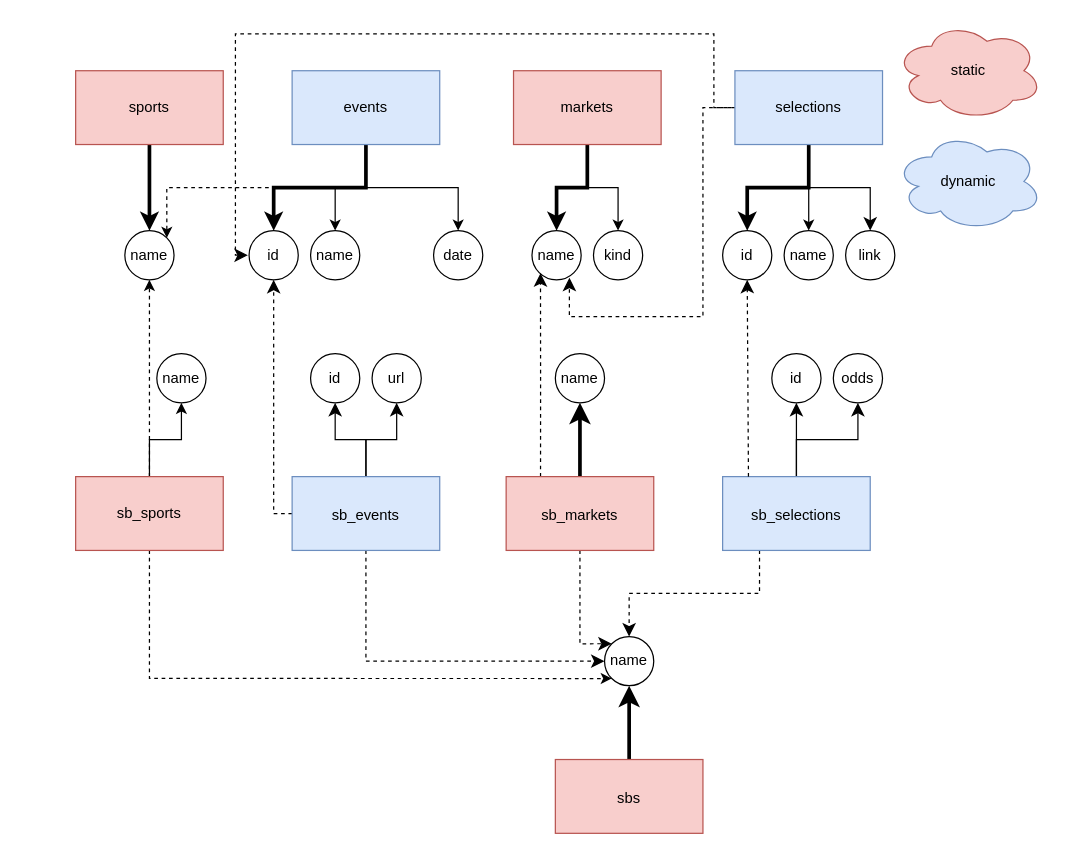
Earlier version of the draw.io diagram page "db" (1 of 3) of database/flow.drawio (loemra/live_odds_scraper). Source tidied: cells renumbered, new cells numbered last; positions are measured from the earlier drawing's top-left corner, leaving out a move shared by most shapes. Both pictures are drawn from the tidied source at 123%, with x=0, y=0 at pixel (75, 21).
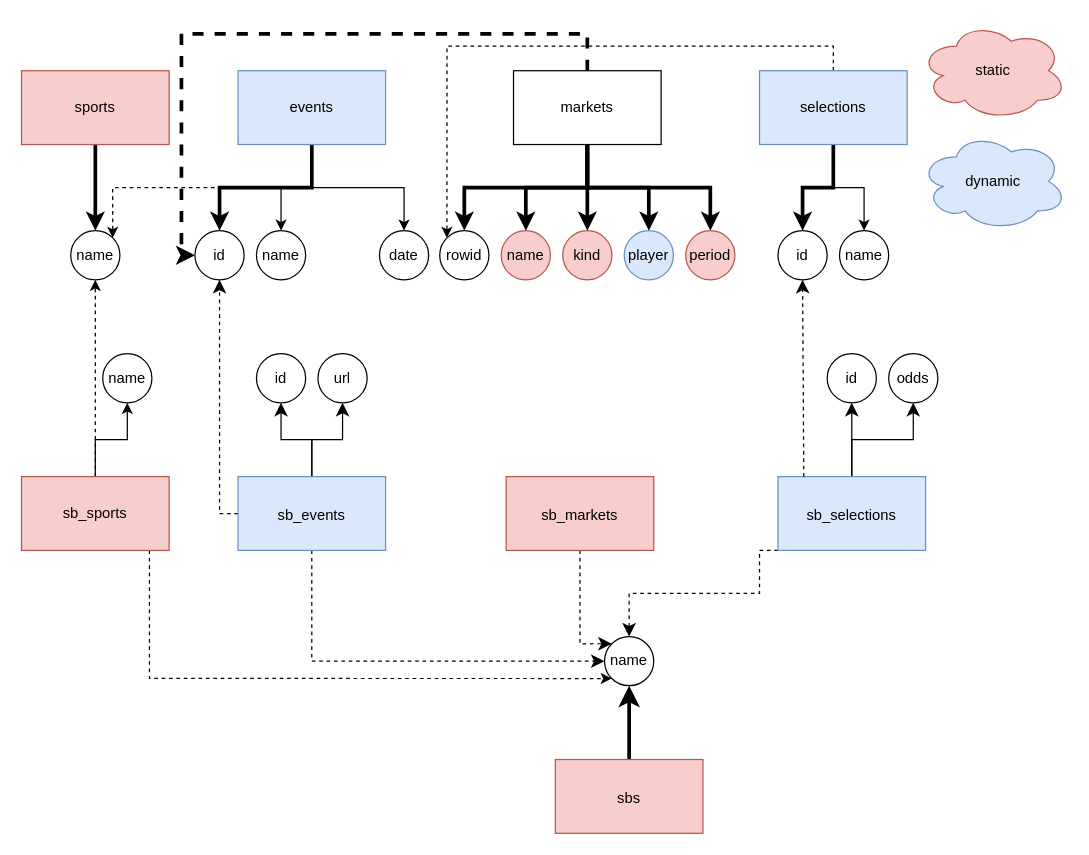
Above is the later version.

The change refers to these unchanged cells:
```xml
<mxCell id="38" value="&lt;font style=&quot;font-size: 12px;&quot;&gt;sb_markets&lt;/font&gt;" style="rounded=0;whiteSpace=wrap;html=1;fontSize=16;fillColor=#f8cecc;strokeColor=#b85450;" parent="1" vertex="1">
  <mxGeometry x="350" y="370" width="120" height="60" as="geometry" />
</mxCell>
```

Diff of the diagram source:
```diff
@@
     <mxCell id="6" value="&lt;div&gt;events&lt;/div&gt;" style="rounded=0;whiteSpace=wrap;html=1;fillColor=#dae8fc;strokeColor=#6c8ebf;" parent="1" vertex="1">
-      <mxGeometry x="176" y="40" width="120" height="60" as="geometry" />
+      <mxGeometry x="132" y="40" width="120" height="60" as="geometry" />
     </mxCell>
     <mxCell id="7" value="&lt;div&gt;id&lt;/div&gt;" style="ellipse;whiteSpace=wrap;html=1;rounded=0;" parent="1" vertex="1">
-      <mxGeometry x="141" y="170" width="40" height="40" as="geometry" />
+      <mxGeometry x="97" y="170" width="40" height="40" as="geometry" />
     </mxCell>
     <mxCell id="8" value="name" style="ellipse;whiteSpace=wrap;html=1;rounded=0;" parent="1" vertex="1">
-      <mxGeometry x="191" y="170" width="40" height="40" as="geometry" />
+      <mxGeometry x="147" y="170" width="40" height="40" as="geometry" />
     </mxCell>
     <mxCell id="9" value="&lt;div&gt;date&lt;/div&gt;" style="ellipse;whiteSpace=wrap;html=1;rounded=0;" parent="1" vertex="1">
-      <mxGeometry x="291" y="170" width="40" height="40" as="geometry" />
+      <mxGeometry x="247" y="170" width="40" height="40" as="geometry" />
     </mxCell>
-    <mxCell id="10" style="edgeStyle=orthogonalEdgeStyle;rounded=0;jettySize=auto;html=1;exitX=0.5;exitY=1;exitDx=0;exitDy=0;entryX=0.5;entryY=0;entryDx=0;entryDy=0;strokeWidth=3;" parent="1" edge="1" source="12" target="13">
-      <mxGeometry relative="1" as="geometry" />
-    </mxCell>
+    <mxCell id="56" style="edgeStyle=orthogonalEdgeStyle;rounded=0;jettySize=auto;html=1;entryX=0;entryY=0.5;entryDx=0;entryDy=0;strokeWidth=3;dashed=1;" parent="1" edge="1" source="12" target="7">
+      <mxGeometry relative="1" as="geometry">
+        <Array as="points">
+          <mxPoint x="416" y="10" />
+          <mxPoint x="86" y="10" />
+          <mxPoint x="86" y="190" />
+        </Array>
+      </mxGeometry>
+    </mxCell>
+    <mxCell id="57" style="edgeStyle=orthogonalEdgeStyle;rounded=0;jettySize=auto;html=1;exitX=0.5;exitY=1;exitDx=0;exitDy=0;entryX=0.5;entryY=0;entryDx=0;entryDy=0;strokeWidth=3;" parent="1" edge="1" source="12" target="62">
+      <mxGeometry relative="1" as="geometry" />
+    </mxCell>
+    <mxCell id="58" style="edgeStyle=orthogonalEdgeStyle;rounded=0;jettySize=auto;html=1;exitX=0.5;exitY=1;exitDx=0;exitDy=0;strokeWidth=3;" parent="1" edge="1" source="12" target="63">
+      <mxGeometry relative="1" as="geometry" />
+    </mxCell>
-    <mxCell id="11" style="edgeStyle=orthogonalEdgeStyle;rounded=0;jettySize=auto;html=1;exitX=0.5;exitY=1;exitDx=0;exitDy=0;entryX=0.5;entryY=0;entryDx=0;entryDy=0;" parent="1" edge="1" source="12" target="14">
+    <mxCell id="11" style="edgeStyle=orthogonalEdgeStyle;rounded=0;jettySize=auto;html=1;exitX=0.5;exitY=1;exitDx=0;exitDy=0;entryX=0.5;entryY=0;entryDx=0;entryDy=0;strokeWidth=3;" parent="1" edge="1" source="12" target="14">
       <mxGeometry relative="1" as="geometry" />
     </mxCell>
+    <mxCell id="59" style="edgeStyle=orthogonalEdgeStyle;rounded=0;jettySize=auto;html=1;exitX=0.5;exitY=1;exitDx=0;exitDy=0;strokeWidth=3;" parent="1" edge="1" source="12" target="64">
+      <mxGeometry relative="1" as="geometry" />
+    </mxCell>
+    <mxCell id="60" style="edgeStyle=orthogonalEdgeStyle;rounded=0;jettySize=auto;html=1;exitX=0.5;exitY=1;exitDx=0;exitDy=0;entryX=0.5;entryY=0;entryDx=0;entryDy=0;strokeWidth=3;" parent="1" edge="1" source="12" target="65">
+      <mxGeometry relative="1" as="geometry" />
+    </mxCell>
-    <mxCell id="12" value="&lt;div&gt;markets&lt;/div&gt;" style="rounded=0;whiteSpace=wrap;html=1;fillColor=#f8cecc;strokeColor=#b85450;" parent="1" vertex="1">
+    <mxCell id="12" value="&lt;div&gt;markets&lt;/div&gt;" style="rounded=0;whiteSpace=wrap;html=1;" parent="1" vertex="1">
       <mxGeometry x="356" y="40" width="120" height="60" as="geometry" />
     </mxCell>
-    <mxCell id="13" value="name" style="ellipse;whiteSpace=wrap;html=1;rounded=0;" parent="1" vertex="1">
-      <mxGeometry x="371" y="170" width="40" height="40" as="geometry" />
-    </mxCell>
-    <mxCell id="14" value="kind" style="ellipse;whiteSpace=wrap;html=1;rounded=0;" parent="1" vertex="1">
-      <mxGeometry x="421" y="170" width="40" height="40" as="geometry" />
-    </mxCell>
@@
-    <mxCell id="17" style="edgeStyle=orthogonalEdgeStyle;rounded=0;jettySize=auto;html=1;exitX=0.5;exitY=1;exitDx=0;exitDy=0;entryX=0.5;entryY=0;entryDx=0;entryDy=0;fontSize=12;startSize=8;endSize=8;" parent="1" edge="1" source="20" target="24">
-      <mxGeometry relative="1" as="geometry" />
-    </mxCell>
-    <mxCell id="18" style="edgeStyle=orthogonalEdgeStyle;rounded=0;jettySize=auto;html=1;exitX=0;exitY=0.5;exitDx=0;exitDy=0;entryX=0.761;entryY=0.957;entryDx=0;entryDy=0;fontSize=12;startSize=8;endSize=8;dashed=1;strokeColor=default;entryPerimeter=0;" parent="1" edge="1" source="20" target="13">
-      <mxGeometry relative="1" as="geometry">
-        <Array as="points">
-          <mxPoint x="510" y="70" />
-          <mxPoint x="510" y="240" />
-          <mxPoint x="401" y="240" />
-          <mxPoint x="401" y="208" />
-        </Array>
-      </mxGeometry>
-    </mxCell>
-    <mxCell id="19" style="edgeStyle=orthogonalEdgeStyle;rounded=0;orthogonalLoop=1;jettySize=auto;html=1;exitX=0;exitY=0.5;exitDx=0;exitDy=0;fontSize=12;startSize=8;endSize=8;dashed=1;" parent="1" edge="1">
-      <mxGeometry relative="1" as="geometry">
-        <mxPoint x="544.9" y="70" as="sourcePoint" />
-        <mxPoint x="140" y="190" as="targetPoint" />
-        <Array as="points">
-          <mxPoint x="518.9" y="70" />
-          <mxPoint x="518.9" y="10" />
-          <mxPoint x="129.9" y="10" />
-          <mxPoint x="129.9" y="190" />
-        </Array>
-      </mxGeometry>
-    </mxCell>
+    <mxCell id="61" style="edgeStyle=orthogonalEdgeStyle;rounded=0;jettySize=auto;html=1;exitX=0.5;exitY=0;exitDx=0;exitDy=0;entryX=0;entryY=0;entryDx=0;entryDy=0;dashed=1;" parent="1" edge="1" source="20" target="62">
+      <mxGeometry relative="1" as="geometry">
+        <Array as="points">
+          <mxPoint x="616" y="20" />
+          <mxPoint x="302" y="20" />
+        </Array>
+      </mxGeometry>
+    </mxCell>
     <mxCell id="20" value="&lt;div&gt;selections&lt;/div&gt;" style="rounded=0;whiteSpace=wrap;html=1;fillColor=#dae8fc;strokeColor=#6c8ebf;" parent="1" vertex="1">
-      <mxGeometry x="536" y="40" width="120" height="60" as="geometry" />
+      <mxGeometry x="556" y="40" width="120" height="60" as="geometry" />
     </mxCell>
     <mxCell id="21" value="id" style="ellipse;whiteSpace=wrap;html=1;rounded=0;" parent="1" vertex="1">
-      <mxGeometry x="526" y="170" width="40" height="40" as="geometry" />
+      <mxGeometry x="571" y="170" width="40" height="40" as="geometry" />
     </mxCell>
     <mxCell id="22" value="name" style="ellipse;whiteSpace=wrap;html=1;rounded=0;" parent="1" vertex="1">
-      <mxGeometry x="576" y="170" width="40" height="40" as="geometry" />
+      <mxGeometry x="621" y="170" width="40" height="40" as="geometry" />
     </mxCell>
@@
-    <mxCell id="24" value="link" style="ellipse;whiteSpace=wrap;html=1;rounded=0;" parent="1" vertex="1">
-      <mxGeometry x="626" y="170" width="40" height="40" as="geometry" />
-    </mxCell>
     <mxCell id="25" style="edgeStyle=orthogonalEdgeStyle;rounded=0;jettySize=auto;html=1;exitX=0;exitY=0.5;exitDx=0;exitDy=0;entryX=0.5;entryY=1;entryDx=0;entryDy=0;fontSize=12;startSize=8;endSize=8;dashed=1;" parent="1" edge="1" source="29" target="7">
       <mxGeometry relative="1" as="geometry">
         <Array as="points">
-          <mxPoint x="161" y="400" />
+          <mxPoint x="117" y="400" />
         </Array>
       </mxGeometry>
     </mxCell>
@@
     <mxCell id="29" value="&lt;div&gt;&lt;font style=&quot;font-size: 12px;&quot;&gt;sb_events&lt;/font&gt;&lt;/div&gt;" style="rounded=0;whiteSpace=wrap;html=1;fontSize=16;fillColor=#dae8fc;strokeColor=#6c8ebf;" parent="1" vertex="1">
-      <mxGeometry x="176" y="370" width="120" height="60" as="geometry" />
+      <mxGeometry x="132" y="370" width="120" height="60" as="geometry" />
     </mxCell>
     <mxCell id="30" value="id" style="ellipse;whiteSpace=wrap;html=1;rounded=0;" parent="1" vertex="1">
-      <mxGeometry x="191" y="270" width="40" height="40" as="geometry" />
+      <mxGeometry x="147" y="270" width="40" height="40" as="geometry" />
     </mxCell>
     <mxCell id="31" value="&lt;div&gt;url&lt;/div&gt;" style="ellipse;whiteSpace=wrap;html=1;rounded=0;" parent="1" vertex="1">
-      <mxGeometry x="241" y="270" width="40" height="40" as="geometry" />
+      <mxGeometry x="197" y="270" width="40" height="40" as="geometry" />
     </mxCell>
@@
-    <mxCell id="35" style="edgeStyle=orthogonalEdgeStyle;rounded=0;jettySize=auto;html=1;entryX=0.5;entryY=1;entryDx=0;entryDy=0;fontSize=12;startSize=8;endSize=8;strokeWidth=3;" parent="1" edge="1" source="38" target="39">
-      <mxGeometry relative="1" as="geometry" />
-    </mxCell>
-    <mxCell id="36" style="edgeStyle=orthogonalEdgeStyle;rounded=0;jettySize=auto;html=1;exitX=0.233;exitY=0.001;exitDx=0;exitDy=0;entryX=0.173;entryY=0.865;entryDx=0;entryDy=0;fontSize=12;startSize=8;endSize=8;dashed=1;entryPerimeter=0;exitPerimeter=0;" parent="1" edge="1" source="38" target="13">
-      <mxGeometry relative="1" as="geometry" />
-    </mxCell>
@@
-    <mxCell id="39" value="name" style="ellipse;whiteSpace=wrap;html=1;rounded=0;" parent="1" vertex="1">
-      <mxGeometry x="390" y="270" width="40" height="40" as="geometry" />
-    </mxCell>
@@
     <mxCell id="42" value="&lt;font style=&quot;font-size: 12px;&quot;&gt;sb_selections&lt;/font&gt;" style="rounded=0;whiteSpace=wrap;html=1;fontSize=16;fillColor=#dae8fc;strokeColor=#6c8ebf;" parent="1" vertex="1">
-      <mxGeometry x="526" y="370" width="120" height="60" as="geometry" />
+      <mxGeometry x="571" y="370" width="120" height="60" as="geometry" />
     </mxCell>
     <mxCell id="43" value="id" style="ellipse;whiteSpace=wrap;html=1;rounded=0;" parent="1" vertex="1">
-      <mxGeometry x="566" y="270" width="40" height="40" as="geometry" />
+      <mxGeometry x="611" y="270" width="40" height="40" as="geometry" />
     </mxCell>
@@
     <mxCell id="45" value="odds" style="ellipse;whiteSpace=wrap;html=1;rounded=0;" parent="1" vertex="1">
-      <mxGeometry x="616" y="270" width="40" height="40" as="geometry" />
+      <mxGeometry x="661" y="270" width="40" height="40" as="geometry" />
     </mxCell>
     <mxCell id="46" value="static" style="ellipse;shape=cloud;whiteSpace=wrap;html=1;fillColor=#f8cecc;strokeColor=#b85450;" parent="1" vertex="1">
-      <mxGeometry x="666" width="120" height="80" as="geometry" />
+      <mxGeometry x="686" width="120" height="80" as="geometry" />
     </mxCell>
     <mxCell id="47" value="dynamic" style="ellipse;shape=cloud;whiteSpace=wrap;html=1;fillColor=#dae8fc;strokeColor=#6c8ebf;" parent="1" vertex="1">
-      <mxGeometry x="666" y="90" width="120" height="80" as="geometry" />
+      <mxGeometry x="686" y="90" width="120" height="80" as="geometry" />
     </mxCell>
@@
     <mxCell id="49" value="sports" style="rounded=0;whiteSpace=wrap;html=1;fillColor=#f8cecc;strokeColor=#b85450;" parent="1" vertex="1">
-      <mxGeometry y="40" width="120" height="60" as="geometry" />
+      <mxGeometry x="-44" y="40" width="120" height="60" as="geometry" />
     </mxCell>
     <mxCell id="50" value="name" style="ellipse;whiteSpace=wrap;html=1;rounded=0;" parent="1" vertex="1">
-      <mxGeometry x="40" y="170" width="40" height="40" as="geometry" />
+      <mxGeometry x="-4" y="170" width="40" height="40" as="geometry" />
     </mxCell>
@@
     <mxCell id="54" value="sb_sports" style="rounded=0;whiteSpace=wrap;html=1;fillColor=#f8cecc;strokeColor=#b85450;" parent="1" vertex="1">
-      <mxGeometry y="370" width="120" height="60" as="geometry" />
+      <mxGeometry x="-44" y="370" width="120" height="60" as="geometry" />
     </mxCell>
     <mxCell id="55" value="name" style="ellipse;whiteSpace=wrap;html=1;rounded=0;" parent="1" vertex="1">
-      <mxGeometry x="66" y="270" width="40" height="40" as="geometry" />
+      <mxGeometry x="22" y="270" width="40" height="40" as="geometry" />
     </mxCell>
+    <mxCell id="62" value="rowid" style="ellipse;whiteSpace=wrap;html=1;rounded=0;" parent="1" vertex="1">
+      <mxGeometry x="296" y="170" width="40" height="40" as="geometry" />
+    </mxCell>
+    <mxCell id="63" value="name" style="ellipse;whiteSpace=wrap;html=1;rounded=0;fillColor=#f8cecc;strokeColor=#b85450;" parent="1" vertex="1">
+      <mxGeometry x="346" y="170" width="40" height="40" as="geometry" />
+    </mxCell>
+    <mxCell id="14" value="kind" style="ellipse;whiteSpace=wrap;html=1;rounded=0;fillColor=#f8cecc;strokeColor=#b85450;" parent="1" vertex="1">
+      <mxGeometry x="396" y="170" width="40" height="40" as="geometry" />
+    </mxCell>
+    <mxCell id="64" value="player" style="ellipse;whiteSpace=wrap;html=1;rounded=0;fillColor=#dae8fc;strokeColor=#6c8ebf;" parent="1" vertex="1">
+      <mxGeometry x="446" y="170" width="40" height="40" as="geometry" />
+    </mxCell>
+    <mxCell id="65" value="period" style="ellipse;whiteSpace=wrap;html=1;rounded=0;fillColor=#f8cecc;strokeColor=#b85450;" parent="1" vertex="1">
+      <mxGeometry x="496" y="170" width="40" height="40" as="geometry" />
+    </mxCell>
```
